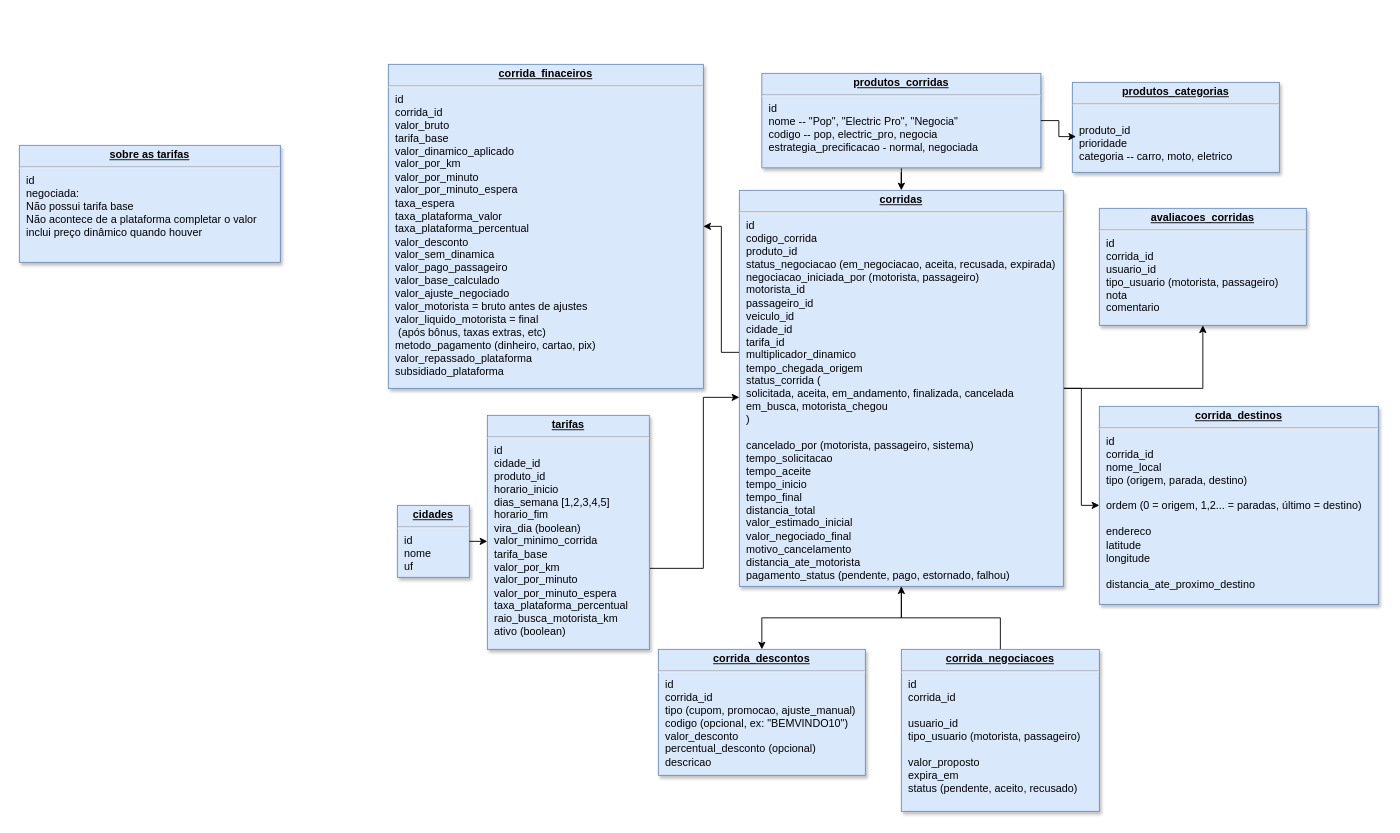
Above: page "corridas" (2 of 2) of Diagrama sem nome.drawio in PnA-Publicidade/aplicativo-mobilidade-urbana-backend (draw.io), before the change. Source tidied: cells renumbered, new cells numbered last; positions are measured from the earlier drawing's top-left corner, leaving out a move shared by most shapes. Both pictures are drawn from the tidied source at 90%, with x=0, y=0 at pixel (19, 64).
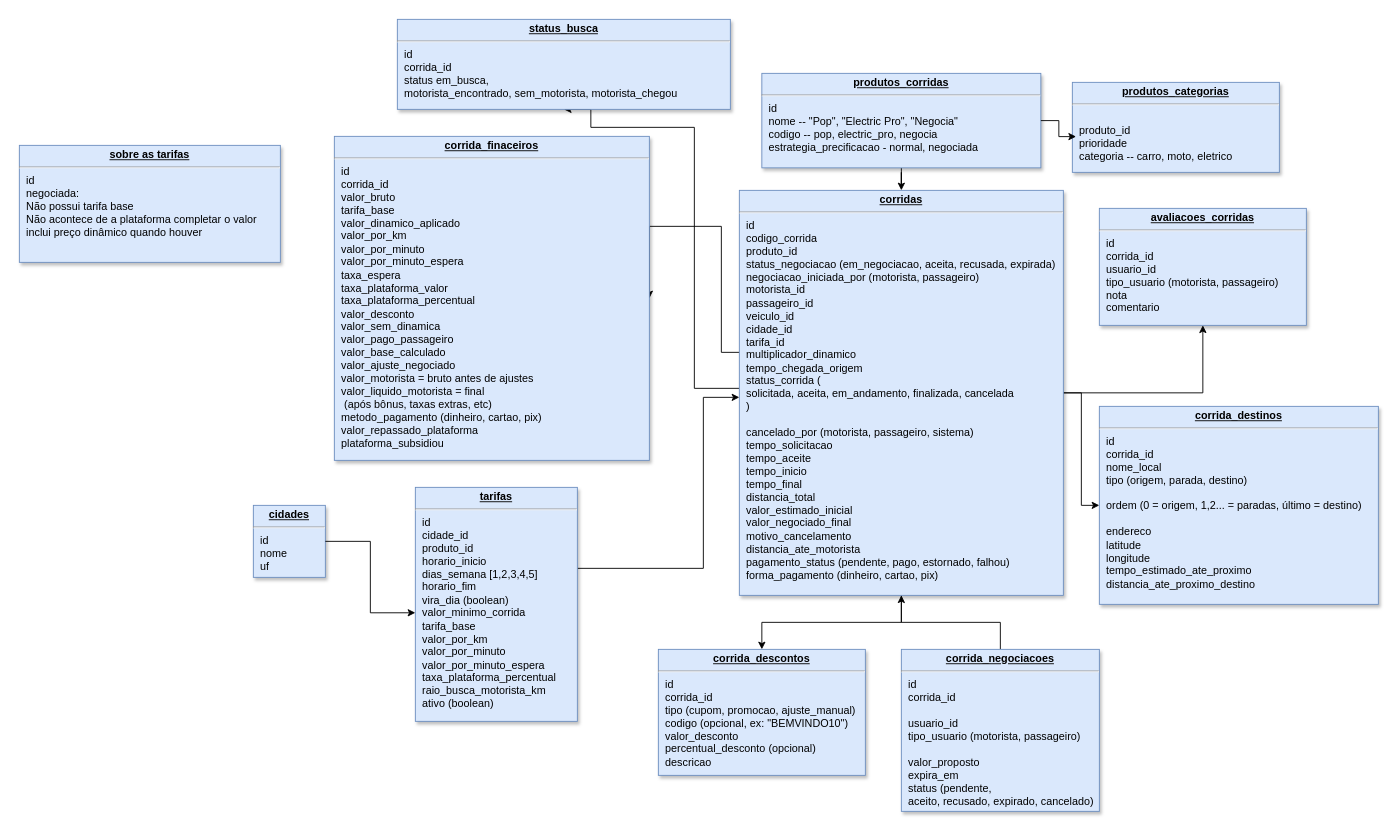
Above is the later version.

The edit, as a diff of the source:
```diff
@@
+    <mxCell id="22" style="edgeStyle=orthogonalEdgeStyle;rounded=0;jettySize=auto;html=1;entryX=0.5;entryY=1;entryDx=0;entryDy=0;" parent="1" edge="1" source="6" target="23">
+      <mxGeometry relative="1" as="geometry">
+        <Array as="points">
+          <mxPoint x="750" y="360" />
+          <mxPoint x="750" y="70" />
+          <mxPoint x="635" y="70" />
+        </Array>
+      </mxGeometry>
+    </mxCell>
-    <mxCell id="6" value="&lt;p style=&quot;margin: 0px ; margin-top: 4px ; text-align: center ; text-decoration: underline&quot;&gt;&lt;b&gt;corridas&lt;/b&gt;&lt;/p&gt;&lt;hr&gt;&lt;p style=&quot;margin: 0px ; margin-left: 8px&quot;&gt;id&lt;/p&gt;&lt;p style=&quot;margin: 0px ; margin-left: 8px&quot;&gt;codigo_corrida&lt;/p&gt;&lt;p style=&quot;margin: 0px ; margin-left: 8px&quot;&gt;produto_id&lt;/p&gt;&lt;p style=&quot;margin: 0px ; margin-left: 8px&quot;&gt;status_&lt;span style=&quot;background-color: transparent; color: light-dark(rgb(0, 0, 0), rgb(255, 255, 255));&quot;&gt;negociacao&lt;/span&gt;&lt;span style=&quot;background-color: transparent; color: light-dark(rgb(0, 0, 0), rgb(255, 255, 255));&quot;&gt;&amp;nbsp;(em_negociacao, aceita, recusada, expirada)&lt;/span&gt;&lt;/p&gt;&lt;p style=&quot;margin: 0px ; margin-left: 8px&quot;&gt;negociacao_iniciada_por (motorista, passageiro)&lt;/p&gt;&lt;p style=&quot;margin: 0px ; margin-left: 8px&quot;&gt;motorista_id&lt;/p&gt;&lt;p style=&quot;margin: 0px ; margin-left: 8px&quot;&gt;passageiro_id&lt;/p&gt;&lt;p style=&quot;margin: 0px ; margin-left: 8px&quot;&gt;veiculo_id&amp;nbsp;&lt;/p&gt;&lt;p style=&quot;margin: 0px ; margin-left: 8px&quot;&gt;cidade_id&lt;/p&gt;&lt;p style=&quot;margin: 0px ; margin-left: 8px&quot;&gt;tarifa_id&lt;/p&gt;&lt;p style=&quot;margin: 0px ; margin-left: 8px&quot;&gt;multiplicador_dinamico&lt;/p&gt;&lt;p style=&quot;margin: 0px ; margin-left: 8px&quot;&gt;tempo_chegada_origem&lt;/p&gt;&lt;p style=&quot;margin: 0px ; margin-left: 8px&quot;&gt;status_&lt;span style=&quot;background-color: transparent; color: light-dark(rgb(0, 0, 0), rgb(255, 255, 255));&quot;&gt;corrida&lt;/span&gt;&lt;span style=&quot;background-color: transparent; color: light-dark(rgb(0, 0, 0), rgb(255, 255, 255));&quot;&gt;&amp;nbsp;(&lt;/span&gt;&lt;/p&gt;&lt;p style=&quot;margin: 0px ; margin-left: 8px&quot;&gt;solicitada, aceita, em_andamento, finalizada, cancelada&lt;/p&gt;&lt;p style=&quot;margin: 0px ; margin-left: 8px&quot;&gt;em_busca, motorista_chegou&lt;/p&gt;&lt;p style=&quot;margin: 0px ; margin-left: 8px&quot;&gt;)&lt;/p&gt;&lt;p style=&quot;margin: 0px ; margin-left: 8px&quot;&gt;&lt;br&gt;&lt;/p&gt;&lt;p style=&quot;margin: 0px ; margin-left: 8px&quot;&gt;cancelado_por (motorista, passageiro, sistema)&lt;/p&gt;&lt;p style=&quot;margin: 0px ; margin-left: 8px&quot;&gt;tempo_solicitacao&lt;/p&gt;&lt;p style=&quot;margin: 0px ; margin-left: 8px&quot;&gt;tempo_aceite&lt;/p&gt;&lt;p style=&quot;margin: 0px ; margin-left: 8px&quot;&gt;tempo_inicio&lt;/p&gt;&lt;p style=&quot;margin: 0px ; margin-left: 8px&quot;&gt;tempo_final&lt;/p&gt;&lt;p style=&quot;margin: 0px ; margin-left: 8px&quot;&gt;distancia_total&lt;/p&gt;&lt;p style=&quot;margin: 0px ; margin-left: 8px&quot;&gt;valor_estimado_inicial&lt;/p&gt;&lt;p style=&quot;margin: 0px ; margin-left: 8px&quot;&gt;valor_negociado_final&lt;/p&gt;&lt;p style=&quot;margin: 0px ; margin-left: 8px&quot;&gt;motivo_cancelamento&lt;/p&gt;&lt;p style=&quot;margin: 0px ; margin-left: 8px&quot;&gt;distancia_ate_motorista&lt;/p&gt;&lt;p style=&quot;margin: 0px ; margin-left: 8px&quot;&gt;pagamento_status (pendente, pago, estornado, falhou)&lt;/p&gt;&lt;p style=&quot;margin: 0px ; margin-left: 8px&quot;&gt;&lt;br&gt;&lt;/p&gt;" style="verticalAlign=top;align=left;overflow=fill;fontSize=12;fontFamily=Helvetica;html=1;strokeColor=#6c8ebf;shadow=1;fillColor=#dae8fc;" parent="1" vertex="1">
-      <mxGeometry x="800" y="140" width="360" height="440" as="geometry" />
+    <mxCell id="6" value="&lt;p style=&quot;margin: 0px ; margin-top: 4px ; text-align: center ; text-decoration: underline&quot;&gt;&lt;b&gt;corridas&lt;/b&gt;&lt;/p&gt;&lt;hr&gt;&lt;p style=&quot;margin: 0px ; margin-left: 8px&quot;&gt;id&lt;/p&gt;&lt;p style=&quot;margin: 0px ; margin-left: 8px&quot;&gt;codigo_corrida&lt;/p&gt;&lt;p style=&quot;margin: 0px ; margin-left: 8px&quot;&gt;produto_id&lt;/p&gt;&lt;p style=&quot;margin: 0px ; margin-left: 8px&quot;&gt;status_&lt;span style=&quot;background-color: transparent; color: light-dark(rgb(0, 0, 0), rgb(255, 255, 255));&quot;&gt;negociacao&lt;/span&gt;&lt;span style=&quot;background-color: transparent; color: light-dark(rgb(0, 0, 0), rgb(255, 255, 255));&quot;&gt;&amp;nbsp;(em_negociacao, aceita, recusada, expirada)&lt;/span&gt;&lt;/p&gt;&lt;p style=&quot;margin: 0px ; margin-left: 8px&quot;&gt;negociacao_iniciada_por (motorista, passageiro)&lt;/p&gt;&lt;p style=&quot;margin: 0px ; margin-left: 8px&quot;&gt;motorista_id&lt;/p&gt;&lt;p style=&quot;margin: 0px ; margin-left: 8px&quot;&gt;passageiro_id&lt;/p&gt;&lt;p style=&quot;margin: 0px ; margin-left: 8px&quot;&gt;veiculo_id&amp;nbsp;&lt;/p&gt;&lt;p style=&quot;margin: 0px ; margin-left: 8px&quot;&gt;cidade_id&lt;/p&gt;&lt;p style=&quot;margin: 0px ; margin-left: 8px&quot;&gt;tarifa_id&lt;/p&gt;&lt;p style=&quot;margin: 0px ; margin-left: 8px&quot;&gt;multiplicador_dinamico&lt;/p&gt;&lt;p style=&quot;margin: 0px ; margin-left: 8px&quot;&gt;tempo_chegada_origem&lt;/p&gt;&lt;p style=&quot;margin: 0px ; margin-left: 8px&quot;&gt;status_&lt;span style=&quot;background-color: transparent; color: light-dark(rgb(0, 0, 0), rgb(255, 255, 255));&quot;&gt;corrida&lt;/span&gt;&lt;span style=&quot;background-color: transparent; color: light-dark(rgb(0, 0, 0), rgb(255, 255, 255));&quot;&gt;&amp;nbsp;(&lt;/span&gt;&lt;/p&gt;&lt;p style=&quot;margin: 0px ; margin-left: 8px&quot;&gt;solicitada, aceita, em_andamento, finalizada, cancelada&lt;/p&gt;&lt;p style=&quot;margin: 0px ; margin-left: 8px&quot;&gt;)&lt;/p&gt;&lt;p style=&quot;margin: 0px ; margin-left: 8px&quot;&gt;&lt;br&gt;&lt;/p&gt;&lt;p style=&quot;margin: 0px ; margin-left: 8px&quot;&gt;cancelado_por (motorista, passageiro, sistema)&lt;/p&gt;&lt;p style=&quot;margin: 0px ; margin-left: 8px&quot;&gt;tempo_solicitacao&lt;/p&gt;&lt;p style=&quot;margin: 0px ; margin-left: 8px&quot;&gt;tempo_aceite&lt;/p&gt;&lt;p style=&quot;margin: 0px ; margin-left: 8px&quot;&gt;tempo_inicio&lt;/p&gt;&lt;p style=&quot;margin: 0px ; margin-left: 8px&quot;&gt;tempo_final&lt;/p&gt;&lt;p style=&quot;margin: 0px ; margin-left: 8px&quot;&gt;distancia_total&lt;/p&gt;&lt;p style=&quot;margin: 0px ; margin-left: 8px&quot;&gt;valor_estimado_inicial&lt;/p&gt;&lt;p style=&quot;margin: 0px ; margin-left: 8px&quot;&gt;valor_negociado_final&lt;/p&gt;&lt;p style=&quot;margin: 0px ; margin-left: 8px&quot;&gt;motivo_cancelamento&lt;/p&gt;&lt;p style=&quot;margin: 0px ; margin-left: 8px&quot;&gt;distancia_ate_motorista&lt;/p&gt;&lt;p style=&quot;margin: 0px ; margin-left: 8px&quot;&gt;pagamento_status (pendente, pago, estornado, falhou)&lt;/p&gt;&lt;p style=&quot;margin: 0px ; margin-left: 8px&quot;&gt;forma_pagamento (dinheiro, cartao, pix)&lt;/p&gt;" style="verticalAlign=top;align=left;overflow=fill;fontSize=12;fontFamily=Helvetica;html=1;strokeColor=#6c8ebf;shadow=1;fillColor=#dae8fc;" parent="1" vertex="1">
+      <mxGeometry x="800" y="140" width="360" height="450" as="geometry" />
     </mxCell>
-    <mxCell id="7" value="&lt;p style=&quot;margin: 0px ; margin-top: 4px ; text-align: center ; text-decoration: underline&quot;&gt;&lt;b&gt;corrida_finaceiros&lt;/b&gt;&lt;/p&gt;&lt;hr&gt;&lt;p style=&quot;margin: 0px ; margin-left: 8px&quot;&gt;id&lt;/p&gt;&lt;p style=&quot;margin: 0px ; margin-left: 8px&quot;&gt;corrida_id&lt;/p&gt;&lt;p style=&quot;margin: 0px ; margin-left: 8px&quot;&gt;valor_bruto&lt;/p&gt;&lt;p style=&quot;margin: 0px ; margin-left: 8px&quot;&gt;tarifa_base&lt;/p&gt;&lt;p style=&quot;margin: 0px ; margin-left: 8px&quot;&gt;valor_dinamico_aplicado&lt;/p&gt;&lt;p style=&quot;margin: 0px ; margin-left: 8px&quot;&gt;valor_por_km&lt;/p&gt;&lt;p style=&quot;margin: 0px ; margin-left: 8px&quot;&gt;valor_por_minuto&lt;/p&gt;&lt;p style=&quot;margin: 0px ; margin-left: 8px&quot;&gt;valor_por_minuto_espera&lt;/p&gt;&lt;p style=&quot;margin: 0px ; margin-left: 8px&quot;&gt;taxa_espera&lt;/p&gt;&lt;p style=&quot;margin: 0px 0px 0px 8px;&quot;&gt;taxa_plataforma_valor&lt;/p&gt;&lt;p style=&quot;margin: 0px 0px 0px 8px;&quot;&gt;taxa_plataforma_percentual&lt;/p&gt;&lt;p style=&quot;margin: 0px ; margin-left: 8px&quot;&gt;valor_desconto&lt;/p&gt;&lt;p style=&quot;margin: 0px ; margin-left: 8px&quot;&gt;valor_sem_dinamica&lt;/p&gt;&lt;p style=&quot;margin: 0px ; margin-left: 8px&quot;&gt;valor_pago_passageiro&lt;/p&gt;&lt;p style=&quot;margin: 0px ; margin-left: 8px&quot;&gt;valor_base_calculado&lt;br&gt;valor_ajuste_negociado&lt;/p&gt;&lt;p style=&quot;margin: 0px ; margin-left: 8px&quot;&gt;valor_motorista = bruto antes de ajustes&lt;/p&gt;&lt;p style=&quot;margin: 0px ; margin-left: 8px&quot;&gt;valor_liquido_motorista = final&lt;/p&gt;&lt;p style=&quot;margin: 0px ; margin-left: 8px&quot;&gt;&amp;nbsp;(após bônus, taxas extras, etc)&lt;/p&gt;&lt;p style=&quot;margin: 0px ; margin-left: 8px&quot;&gt;metodo_pagamento (dinheiro, cartao, pix)&lt;/p&gt;&lt;p style=&quot;margin: 0px ; margin-left: 8px&quot;&gt;valor_repassado_plataforma&lt;/p&gt;&lt;p style=&quot;margin: 0px ; margin-left: 8px&quot;&gt;subsidiado_plataforma&lt;/p&gt;" style="verticalAlign=top;align=left;overflow=fill;fontSize=12;fontFamily=Helvetica;html=1;strokeColor=#6c8ebf;shadow=1;fillColor=#dae8fc;" parent="1" vertex="1">
-      <mxGeometry x="410" width="350" height="360" as="geometry" />
+    <mxCell id="7" value="&lt;p style=&quot;margin: 0px ; margin-top: 4px ; text-align: center ; text-decoration: underline&quot;&gt;&lt;b&gt;corrida_finaceiros&lt;/b&gt;&lt;/p&gt;&lt;hr&gt;&lt;p style=&quot;margin: 0px ; margin-left: 8px&quot;&gt;id&lt;/p&gt;&lt;p style=&quot;margin: 0px ; margin-left: 8px&quot;&gt;corrida_id&lt;/p&gt;&lt;p style=&quot;margin: 0px ; margin-left: 8px&quot;&gt;valor_bruto&lt;/p&gt;&lt;p style=&quot;margin: 0px ; margin-left: 8px&quot;&gt;tarifa_base&lt;/p&gt;&lt;p style=&quot;margin: 0px ; margin-left: 8px&quot;&gt;valor_dinamico_aplicado&lt;/p&gt;&lt;p style=&quot;margin: 0px ; margin-left: 8px&quot;&gt;valor_por_km&lt;/p&gt;&lt;p style=&quot;margin: 0px ; margin-left: 8px&quot;&gt;valor_por_minuto&lt;/p&gt;&lt;p style=&quot;margin: 0px ; margin-left: 8px&quot;&gt;valor_por_minuto_espera&lt;/p&gt;&lt;p style=&quot;margin: 0px ; margin-left: 8px&quot;&gt;taxa_espera&lt;/p&gt;&lt;p style=&quot;margin: 0px 0px 0px 8px;&quot;&gt;taxa_plataforma_valor&lt;/p&gt;&lt;p style=&quot;margin: 0px 0px 0px 8px;&quot;&gt;taxa_plataforma_percentual&lt;/p&gt;&lt;p style=&quot;margin: 0px ; margin-left: 8px&quot;&gt;valor_desconto&lt;/p&gt;&lt;p style=&quot;margin: 0px ; margin-left: 8px&quot;&gt;valor_sem_dinamica&lt;/p&gt;&lt;p style=&quot;margin: 0px ; margin-left: 8px&quot;&gt;valor_pago_passageiro&lt;/p&gt;&lt;p style=&quot;margin: 0px ; margin-left: 8px&quot;&gt;valor_base_calculado&lt;br&gt;valor_ajuste_negociado&lt;/p&gt;&lt;p style=&quot;margin: 0px ; margin-left: 8px&quot;&gt;valor_motorista = bruto antes de ajustes&lt;/p&gt;&lt;p style=&quot;margin: 0px ; margin-left: 8px&quot;&gt;valor_liquido_motorista = final&lt;/p&gt;&lt;p style=&quot;margin: 0px ; margin-left: 8px&quot;&gt;&amp;nbsp;(após bônus, taxas extras, etc)&lt;/p&gt;&lt;p style=&quot;margin: 0px ; margin-left: 8px&quot;&gt;metodo_pagamento (dinheiro, cartao, pix)&lt;/p&gt;&lt;p style=&quot;margin: 0px ; margin-left: 8px&quot;&gt;valor_repassado_plataforma&lt;/p&gt;&lt;p style=&quot;margin: 0px ; margin-left: 8px&quot;&gt;plataforma_subsidiou&lt;/p&gt;" style="verticalAlign=top;align=left;overflow=fill;fontSize=12;fontFamily=Helvetica;html=1;strokeColor=#6c8ebf;shadow=1;fillColor=#dae8fc;" parent="1" vertex="1">
+      <mxGeometry x="350" y="80" width="350" height="360" as="geometry" />
     </mxCell>
-    <mxCell id="8" value="&lt;p style=&quot;margin: 0px ; margin-top: 4px ; text-align: center ; text-decoration: underline&quot;&gt;&lt;b&gt;corrida_destinos&lt;/b&gt;&lt;/p&gt;&lt;hr&gt;&lt;p style=&quot;margin: 0px ; margin-left: 8px&quot;&gt;id&lt;/p&gt;&lt;p style=&quot;margin: 0px ; margin-left: 8px&quot;&gt;corrida_id&lt;/p&gt;&lt;p style=&quot;margin: 0px ; margin-left: 8px&quot;&gt;nome_local&lt;/p&gt;&lt;p style=&quot;margin: 0px ; margin-left: 8px&quot;&gt;tipo (origem, parada, destino)&lt;/p&gt;&lt;p style=&quot;margin: 0px ; margin-left: 8px&quot;&gt;&lt;br&gt;&lt;/p&gt;&lt;p style=&quot;margin: 0px ; margin-left: 8px&quot;&gt;ordem (0 = origem, 1,2... = paradas, último = destino)&lt;/p&gt;&lt;p style=&quot;margin: 0px ; margin-left: 8px&quot;&gt;&lt;br&gt;&lt;/p&gt;&lt;p style=&quot;margin: 0px ; margin-left: 8px&quot;&gt;endereco&lt;/p&gt;&lt;p style=&quot;margin: 0px ; margin-left: 8px&quot;&gt;latitude&lt;/p&gt;&lt;p style=&quot;margin: 0px ; margin-left: 8px&quot;&gt;longitude&lt;/p&gt;&lt;p style=&quot;margin: 0px ; margin-left: 8px&quot;&gt;&lt;br&gt;&lt;/p&gt;&lt;p style=&quot;margin: 0px ; margin-left: 8px&quot;&gt;distancia_ate_proximo_destino&lt;/p&gt;" style="verticalAlign=top;align=left;overflow=fill;fontSize=12;fontFamily=Helvetica;html=1;strokeColor=#6c8ebf;shadow=1;fillColor=#dae8fc;" parent="1" vertex="1">
+    <mxCell id="8" value="&lt;p style=&quot;margin: 0px ; margin-top: 4px ; text-align: center ; text-decoration: underline&quot;&gt;&lt;b&gt;corrida_destinos&lt;/b&gt;&lt;/p&gt;&lt;hr&gt;&lt;p style=&quot;margin: 0px ; margin-left: 8px&quot;&gt;id&lt;/p&gt;&lt;p style=&quot;margin: 0px ; margin-left: 8px&quot;&gt;corrida_id&lt;/p&gt;&lt;p style=&quot;margin: 0px ; margin-left: 8px&quot;&gt;nome_local&lt;/p&gt;&lt;p style=&quot;margin: 0px ; margin-left: 8px&quot;&gt;tipo (origem, parada, destino)&lt;/p&gt;&lt;p style=&quot;margin: 0px ; margin-left: 8px&quot;&gt;&lt;br&gt;&lt;/p&gt;&lt;p style=&quot;margin: 0px ; margin-left: 8px&quot;&gt;ordem (0 = origem, 1,2... = paradas, último = destino)&lt;/p&gt;&lt;p style=&quot;margin: 0px ; margin-left: 8px&quot;&gt;&lt;br&gt;&lt;/p&gt;&lt;p style=&quot;margin: 0px ; margin-left: 8px&quot;&gt;endereco&lt;/p&gt;&lt;p style=&quot;margin: 0px ; margin-left: 8px&quot;&gt;latitude&lt;/p&gt;&lt;p style=&quot;margin: 0px ; margin-left: 8px&quot;&gt;longitude&lt;/p&gt;&lt;p style=&quot;margin: 0px ; margin-left: 8px&quot;&gt;tempo_estimado_ate_proximo&lt;/p&gt;&lt;p style=&quot;margin: 0px ; margin-left: 8px&quot;&gt;distancia_ate_proximo_destino&lt;/p&gt;" style="verticalAlign=top;align=left;overflow=fill;fontSize=12;fontFamily=Helvetica;html=1;strokeColor=#6c8ebf;shadow=1;fillColor=#dae8fc;" parent="1" vertex="1">
       <mxGeometry x="1200" y="380" width="310" height="220" as="geometry" />
     </mxCell>
@@
     <mxCell id="11" value="&lt;p style=&quot;margin: 0px ; margin-top: 4px ; text-align: center ; text-decoration: underline&quot;&gt;&lt;b&gt;tarifas&lt;/b&gt;&lt;/p&gt;&lt;hr&gt;&lt;p style=&quot;margin: 0px ; margin-left: 8px&quot;&gt;id&lt;br&gt;cidade_id&lt;br&gt;produto_id&lt;br&gt;horario_inicio&lt;/p&gt;&lt;p style=&quot;margin: 0px ; margin-left: 8px&quot;&gt;dias_semana [&lt;span class=&quot;ͼy&quot;&gt;1&lt;/span&gt;,&lt;span class=&quot;ͼy&quot;&gt;2&lt;/span&gt;,&lt;span class=&quot;ͼy&quot;&gt;3&lt;/span&gt;,&lt;span class=&quot;ͼy&quot;&gt;4&lt;/span&gt;,&lt;span class=&quot;ͼy&quot;&gt;5&lt;/span&gt;]&lt;br&gt;horario_fim&lt;/p&gt;&lt;p style=&quot;margin: 0px ; margin-left: 8px&quot;&gt;vira_dia (boolean)&lt;br&gt;valor_minimo_corrida&lt;br&gt;tarifa_base&lt;br&gt;valor_por_km&lt;br&gt;valor_por_minuto&lt;/p&gt;&lt;p style=&quot;margin: 0px ; margin-left: 8px&quot;&gt;valor_por_minuto_espera&lt;br&gt;taxa_plataforma_percentual&lt;/p&gt;&lt;p style=&quot;margin: 0px ; margin-left: 8px&quot;&gt;raio_busca_motorista_km&lt;/p&gt;&lt;p style=&quot;margin: 0px 0px 0px 8px;&quot;&gt;ativo (boolean)&lt;/p&gt;&lt;div&gt;&lt;br&gt;&lt;/div&gt;" style="verticalAlign=top;align=left;overflow=fill;fontSize=12;fontFamily=Helvetica;html=1;strokeColor=#6c8ebf;shadow=1;fillColor=#dae8fc;" parent="1" vertex="1">
-      <mxGeometry x="520" y="390" width="180" height="260" as="geometry" />
+      <mxGeometry x="440" y="470" width="180" height="260" as="geometry" />
     </mxCell>
     <mxCell id="12" value="&lt;p style=&quot;margin: 0px ; margin-top: 4px ; text-align: center ; text-decoration: underline&quot;&gt;&lt;b&gt;cidades&lt;/b&gt;&lt;/p&gt;&lt;hr&gt;&lt;p style=&quot;margin: 0px ; margin-left: 8px&quot;&gt;id&lt;/p&gt;&lt;p style=&quot;margin: 0px ; margin-left: 8px&quot;&gt;&lt;span style=&quot;background-color: transparent; color: light-dark(rgb(0, 0, 0), rgb(255, 255, 255));&quot;&gt;nome&lt;/span&gt;&lt;/p&gt;&lt;p style=&quot;margin: 0px ; margin-left: 8px&quot;&gt;uf&lt;/p&gt;&lt;div&gt;&lt;br&gt;&lt;/div&gt;" style="verticalAlign=top;align=left;overflow=fill;fontSize=12;fontFamily=Helvetica;html=1;strokeColor=#6c8ebf;shadow=1;fillColor=#dae8fc;" parent="1" vertex="1">
-      <mxGeometry x="420" y="490" width="80" height="80" as="geometry" />
+      <mxGeometry x="260" y="490" width="80" height="80" as="geometry" />
     </mxCell>
@@
-    <mxCell id="16" value="&lt;p style=&quot;margin: 0px ; margin-top: 4px ; text-align: center ; text-decoration: underline&quot;&gt;&lt;b&gt;corrida_negociacoes&lt;/b&gt;&lt;/p&gt;&lt;hr&gt;&lt;p style=&quot;margin: 0px ; margin-left: 8px&quot;&gt;id&lt;/p&gt;&lt;p style=&quot;margin: 0px ; margin-left: 8px&quot;&gt;corrida_id&lt;/p&gt;&lt;p style=&quot;margin: 0px ; margin-left: 8px&quot;&gt;&lt;br&gt;&lt;/p&gt;&lt;p style=&quot;margin: 0px ; margin-left: 8px&quot;&gt;usuario_id&lt;/p&gt;&lt;p style=&quot;margin: 0px ; margin-left: 8px&quot;&gt;tipo_usuario (motorista, passageiro)&lt;/p&gt;&lt;p style=&quot;margin: 0px ; margin-left: 8px&quot;&gt;&lt;br&gt;&lt;/p&gt;&lt;p style=&quot;margin: 0px ; margin-left: 8px&quot;&gt;valor_proposto&lt;/p&gt;&lt;p style=&quot;margin: 0px ; margin-left: 8px&quot;&gt;expira_em&lt;/p&gt;&lt;p style=&quot;margin: 0px ; margin-left: 8px&quot;&gt;status (pendente, aceito, recusado)&lt;/p&gt;&lt;div&gt;&lt;br&gt;&lt;/div&gt;&lt;div&gt;&lt;br&gt;&lt;/div&gt;" style="verticalAlign=top;align=left;overflow=fill;fontSize=12;fontFamily=Helvetica;html=1;strokeColor=#6c8ebf;shadow=1;fillColor=#dae8fc;" parent="1" vertex="1">
+    <mxCell id="16" value="&lt;p style=&quot;margin: 0px ; margin-top: 4px ; text-align: center ; text-decoration: underline&quot;&gt;&lt;b&gt;corrida_negociacoes&lt;/b&gt;&lt;/p&gt;&lt;hr&gt;&lt;p style=&quot;margin: 0px ; margin-left: 8px&quot;&gt;id&lt;/p&gt;&lt;p style=&quot;margin: 0px ; margin-left: 8px&quot;&gt;corrida_id&lt;/p&gt;&lt;p style=&quot;margin: 0px ; margin-left: 8px&quot;&gt;&lt;br&gt;&lt;/p&gt;&lt;p style=&quot;margin: 0px ; margin-left: 8px&quot;&gt;usuario_id&lt;/p&gt;&lt;p style=&quot;margin: 0px ; margin-left: 8px&quot;&gt;tipo_usuario (motorista, passageiro)&lt;/p&gt;&lt;p style=&quot;margin: 0px ; margin-left: 8px&quot;&gt;&lt;br&gt;&lt;/p&gt;&lt;p style=&quot;margin: 0px ; margin-left: 8px&quot;&gt;valor_proposto&lt;/p&gt;&lt;p style=&quot;margin: 0px ; margin-left: 8px&quot;&gt;expira_em&lt;/p&gt;&lt;p style=&quot;margin: 0px ; margin-left: 8px&quot;&gt;status (pendente,&amp;nbsp;&lt;/p&gt;&lt;p style=&quot;margin: 0px ; margin-left: 8px&quot;&gt;aceito, recusado,&amp;nbsp;&lt;span style=&quot;background-color: transparent; color: light-dark(rgb(0, 0, 0), rgb(255, 255, 255));&quot;&gt;expirado,&amp;nbsp;&lt;/span&gt;&lt;span style=&quot;background-color: transparent; color: light-dark(rgb(0, 0, 0), rgb(255, 255, 255));&quot;&gt;cancelado&lt;/span&gt;&lt;span style=&quot;background-color: transparent; color: light-dark(rgb(0, 0, 0), rgb(255, 255, 255));&quot;&gt;)&lt;/span&gt;&lt;/p&gt;&lt;div&gt;&lt;br&gt;&lt;/div&gt;&lt;div&gt;&lt;br&gt;&lt;/div&gt;" style="verticalAlign=top;align=left;overflow=fill;fontSize=12;fontFamily=Helvetica;html=1;strokeColor=#6c8ebf;shadow=1;fillColor=#dae8fc;" parent="1" vertex="1">
       <mxGeometry x="980" y="650" width="220" height="180" as="geometry" />
     </mxCell>
@@
+    <mxCell id="23" value="&lt;p style=&quot;margin: 0px ; margin-top: 4px ; text-align: center ; text-decoration: underline&quot;&gt;&lt;b&gt;status_busca&lt;/b&gt;&lt;/p&gt;&lt;hr&gt;&lt;p style=&quot;margin: 0px ; margin-left: 8px&quot;&gt;id&lt;/p&gt;&lt;p style=&quot;margin: 0px ; margin-left: 8px&quot;&gt;corrida_id&lt;/p&gt;&lt;p style=&quot;margin: 0px ; margin-left: 8px&quot;&gt;status&amp;nbsp;&lt;span style=&quot;background-color: transparent; color: light-dark(rgb(0, 0, 0), rgb(255, 255, 255));&quot;&gt;em_busca,&amp;nbsp;&lt;/span&gt;&lt;/p&gt;&lt;p style=&quot;margin: 0px ; margin-left: 8px&quot;&gt;&lt;span style=&quot;background-color: transparent; color: light-dark(rgb(0, 0, 0), rgb(255, 255, 255));&quot;&gt;motorista_encontrado,&amp;nbsp;&lt;/span&gt;&lt;span style=&quot;background-color: transparent; color: light-dark(rgb(0, 0, 0), rgb(255, 255, 255));&quot;&gt;sem_motorista,&amp;nbsp;&lt;/span&gt;&lt;span style=&quot;background-color: transparent; color: light-dark(rgb(0, 0, 0), rgb(255, 255, 255));&quot;&gt;motorista_chegou&lt;/span&gt;&lt;/p&gt;&lt;p style=&quot;margin: 0px ; margin-left: 8px&quot;&gt;&lt;br&gt;&lt;/p&gt;&lt;div&gt;&lt;br&gt;&lt;/div&gt;" style="verticalAlign=top;align=left;overflow=fill;fontSize=12;fontFamily=Helvetica;html=1;strokeColor=#6c8ebf;shadow=1;fillColor=#dae8fc;" parent="1" vertex="1">
+      <mxGeometry x="420" y="-50" width="370" height="100" as="geometry" />
+    </mxCell>
```
